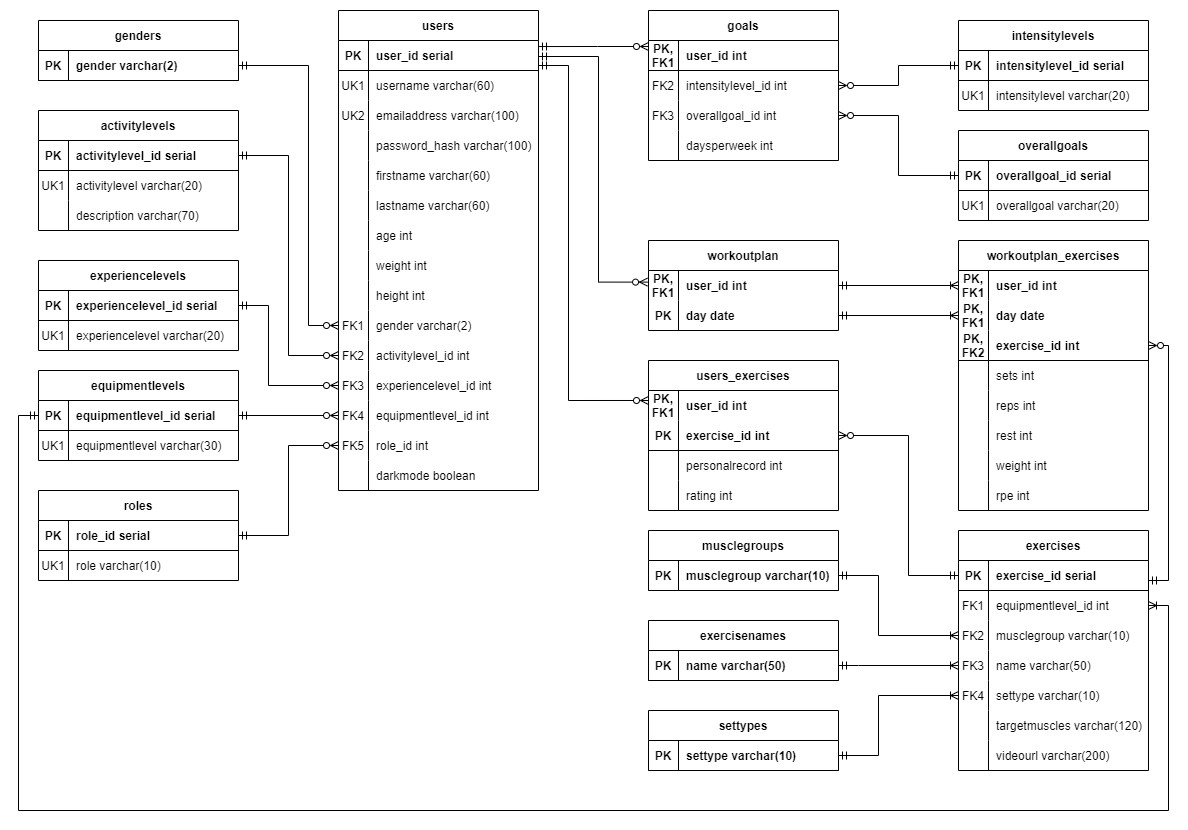
Before: db-related/ER_diagram.png, a diagram exported from draw.io (deanpayne6/fitForgeBackEnd). Source tidied: cells renumbered, new cells last; positions are measured from the earlier drawing's top-left corner, leaving out a move shared by most shapes.
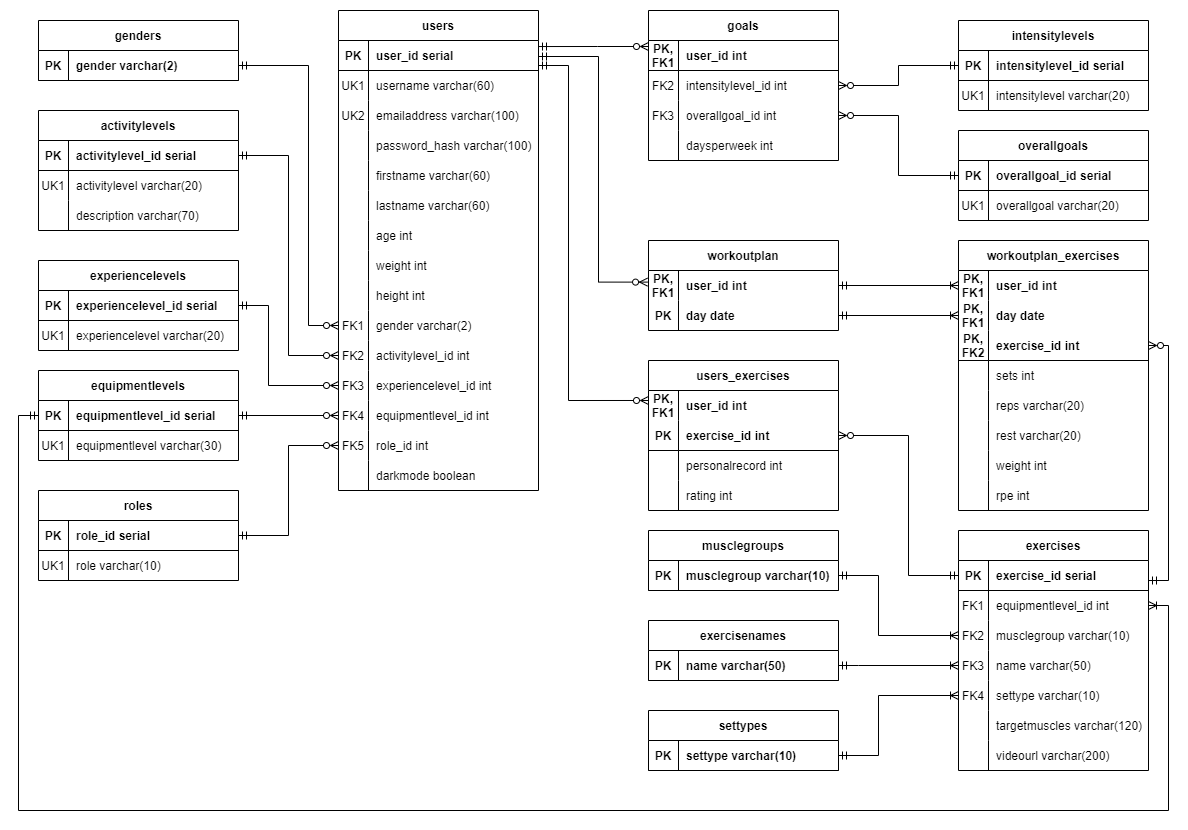
Above is the later version.

Change to the diagram source:
```diff
@@ -533,7 +533,7 @@
     <mxCell id="169" style="shape=partialRectangle;fillColor=none;top=0;left=0;bottom=0;right=0;fontStyle=0;overflow=hidden;" parent="168" vertex="1">
       <mxGeometry width="30" height="30" as="geometry" />
     </mxCell>
-    <mxCell id="170" value="reps int" style="shape=partialRectangle;fillColor=none;top=0;left=0;bottom=0;right=0;align=left;spacingLeft=6;fontStyle=0;overflow=hidden;" parent="168" vertex="1">
+    <mxCell id="170" value="reps varchar(20)" style="shape=partialRectangle;fillColor=none;top=0;left=0;bottom=0;right=0;align=left;spacingLeft=6;fontStyle=0;overflow=hidden;" parent="168" vertex="1">
       <mxGeometry x="30" width="160" height="30" as="geometry" />
     </mxCell>
     <mxCell id="171" style="shape=tableRow;horizontal=0;startSize=0;swimlaneHead=0;swimlaneBody=0;fillColor=none;top=0;left=0;right=0;bottom=0;" parent="155" vertex="1">
@@ -542,7 +542,7 @@
     <mxCell id="172" style="shape=partialRectangle;fillColor=none;top=0;left=0;bottom=0;right=0;fontStyle=0;overflow=hidden;" parent="171" vertex="1">
       <mxGeometry width="30" height="30" as="geometry" />
     </mxCell>
-    <mxCell id="173" value="rest int" style="shape=partialRectangle;fillColor=none;top=0;left=0;bottom=0;right=0;align=left;spacingLeft=6;fontStyle=0;overflow=hidden;" parent="171" vertex="1">
+    <mxCell id="173" value="rest varchar(20)" style="shape=partialRectangle;fillColor=none;top=0;left=0;bottom=0;right=0;align=left;spacingLeft=6;fontStyle=0;overflow=hidden;" parent="171" vertex="1">
       <mxGeometry x="30" width="160" height="30" as="geometry" />
     </mxCell>
     <mxCell id="174" style="shape=tableRow;horizontal=0;startSize=0;swimlaneHead=0;swimlaneBody=0;fillColor=none;top=0;left=0;right=0;bottom=0;" parent="155" vertex="1">
```
